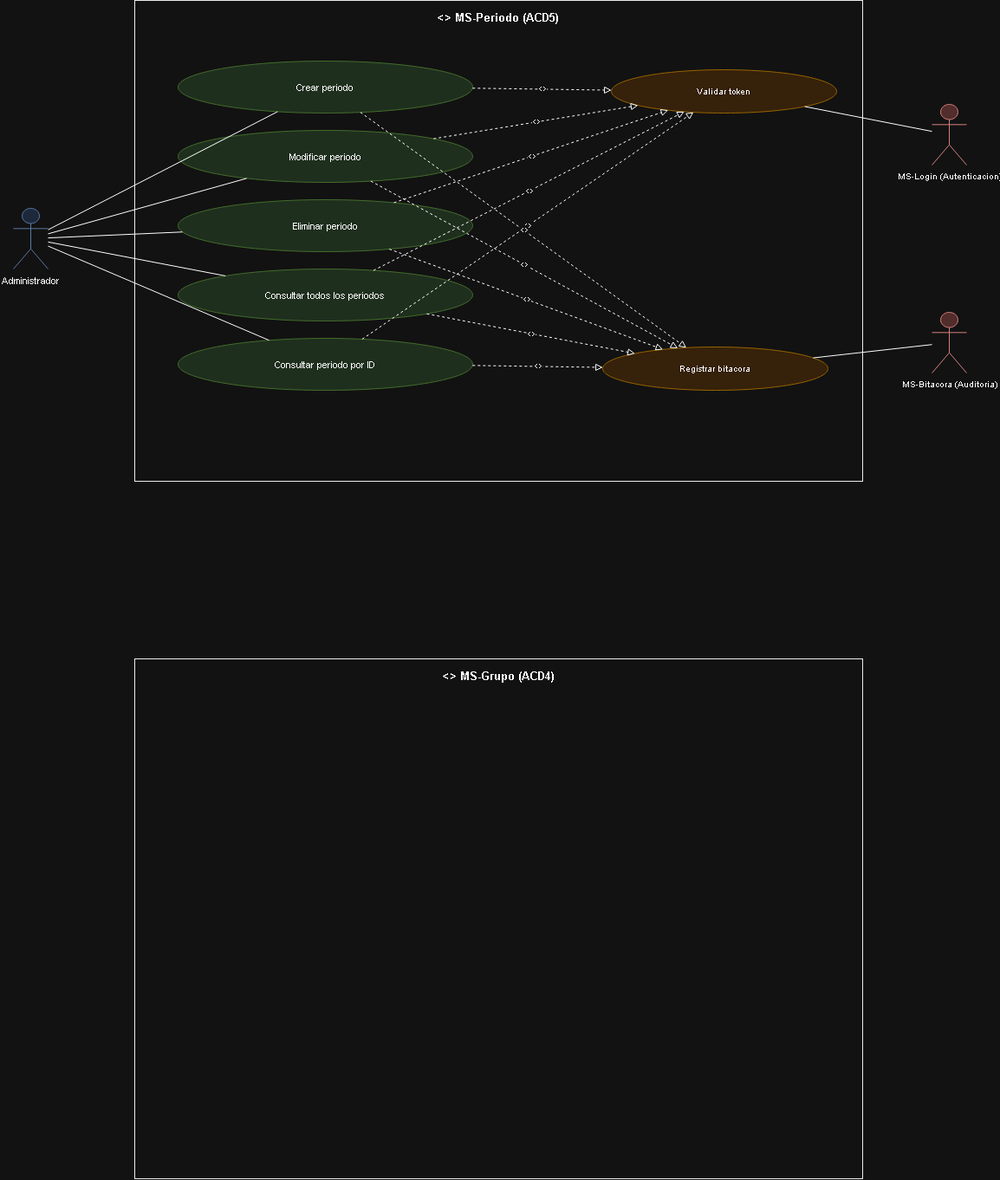
Above: Documentacion/Diagramas Generales/Casos de Uso/10-MS-Periodo.drawio.png in AskingManCode/MetaU (draw.io), before the change. Source tidied: cells renumbered, new cells last; positions are measured from the earlier drawing's top-left corner, leaving out a move shared by most shapes.
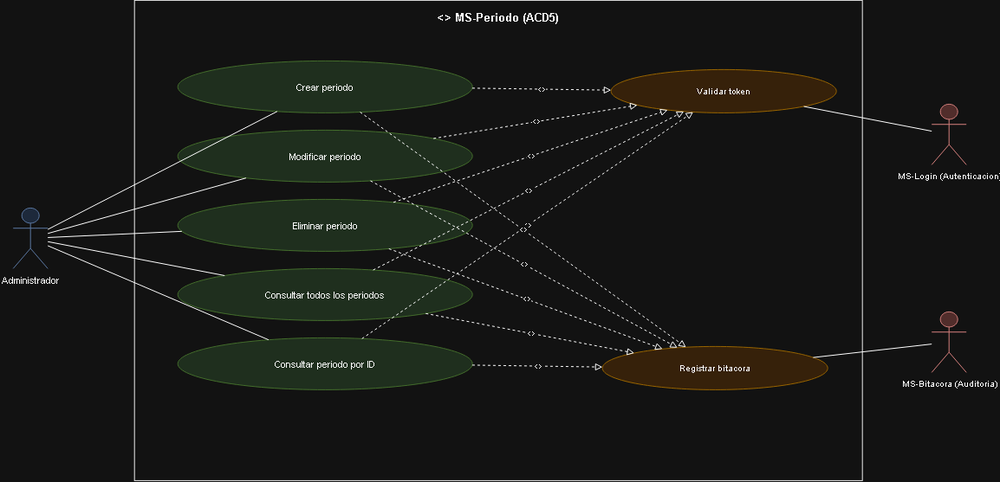
After the commit.

Commit message:
fix: Resubido archivo 10-MS-Periodo.drawio.png

Tenía dibujado una caja contenedora inecesaria para el diagrama.

Diff of the diagram source:
```diff
@@ -86,8 +86,5 @@
     <mxCell id="29" style="edgeStyle=none;html=1;endArrow=none;rounded=0;" parent="1" edge="1" source="22" target="28">
       <mxGeometry relative="1" as="geometry" />
     </mxCell>
-    <mxCell id="30" value="&lt;&lt;microservicio&gt;&gt; MS-Grupo (ACD4)" style="rounded=0;whiteSpace=wrap;html=1;verticalAlign=top;align=center;fontStyle=1;fillColor=none;strokeColor=#000000;fontSize=13;spacingTop=6;" parent="1" vertex="1">
-      <mxGeometry x="140" y="760" width="840" height="600" as="geometry" />
-    </mxCell>
   </root>
 </mxGraphModel>
```
